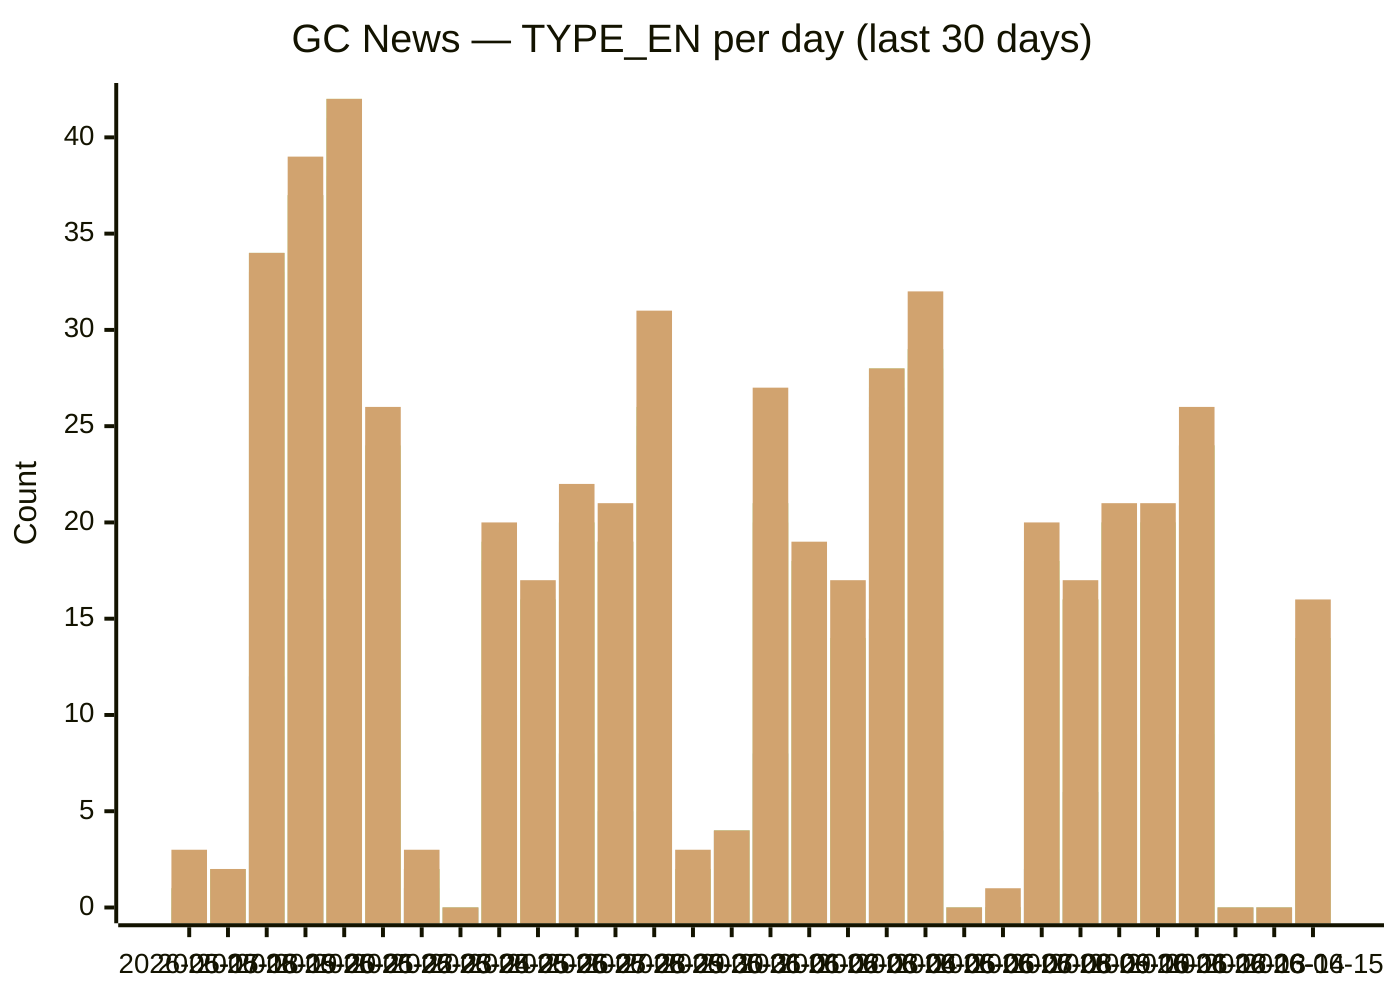
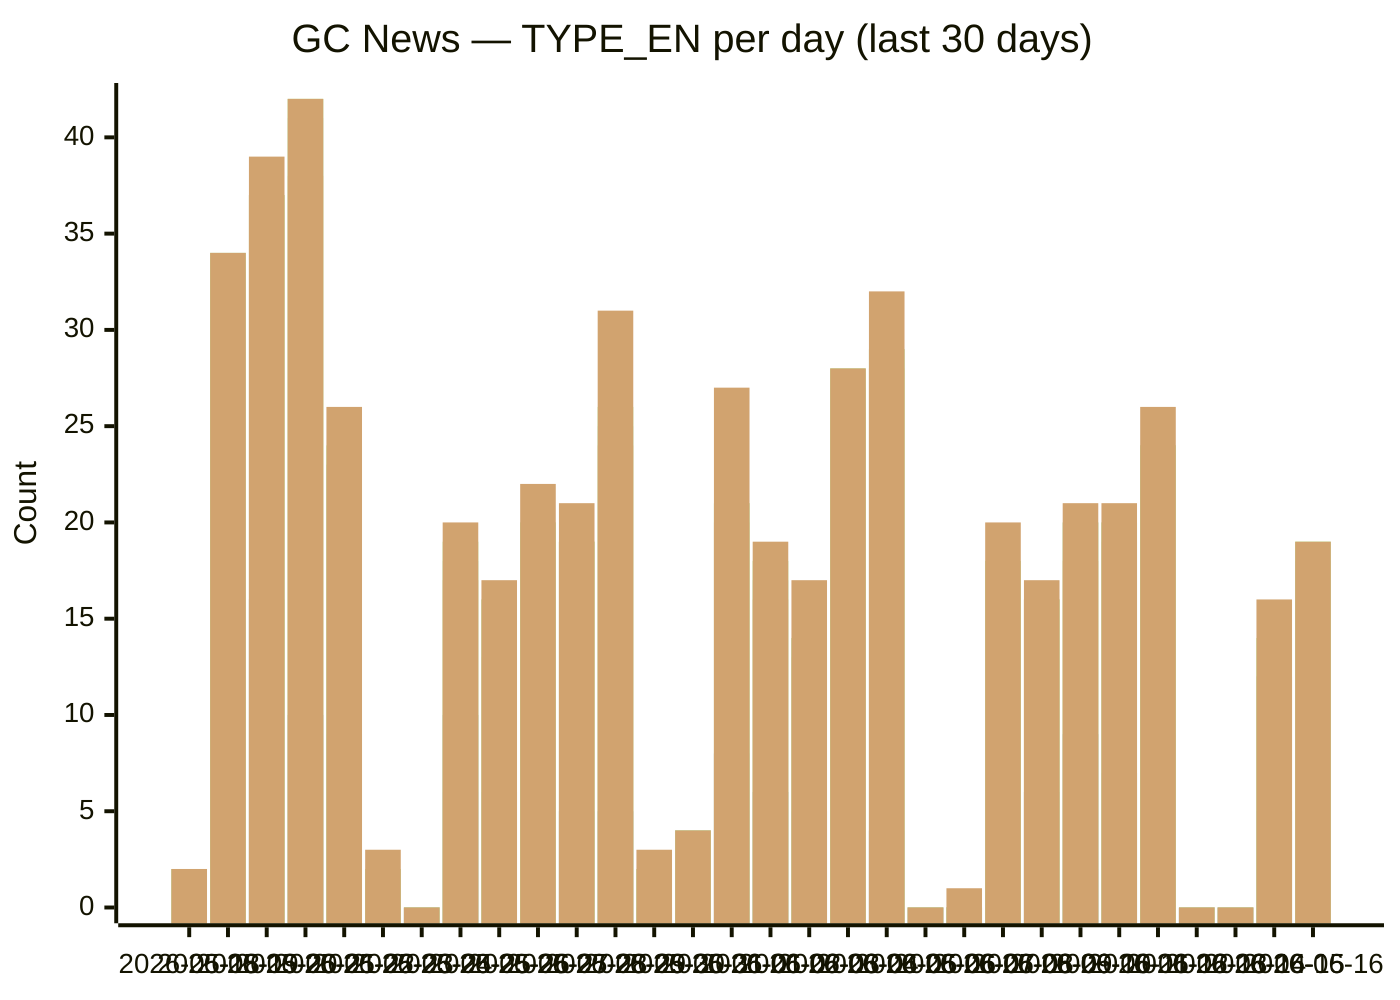
xychart-beta
  title "GC News — TYPE_EN per day (last 30 days)"
-   x-axis [2026-05-17, 2026-05-18, 2026-05-19, 2026-05-20, 2026-05-21, 2026-05-22, 2026-05-23, 2026-05-24, 2026-05-25, 2026-05-26, 2026-05-27, 2026-05-28, 2026-05-29, 2026-05-30, 2026-05-31, 2026-06-01, 2026-06-02, 2026-06-03, 2026-06-04, 2026-06-05, 2026-06-06, 2026-06-07, 2026-06-08, 2026-06-09, 2026-06-10, 2026-06-11, 2026-06-12, 2026-06-13, 2026-06-14, 2026-06-15]
+   x-axis [2026-05-18, 2026-05-19, 2026-05-20, 2026-05-21, 2026-05-22, 2026-05-23, 2026-05-24, 2026-05-25, 2026-05-26, 2026-05-27, 2026-05-28, 2026-05-29, 2026-05-30, 2026-05-31, 2026-06-01, 2026-06-02, 2026-06-03, 2026-06-04, 2026-06-05, 2026-06-06, 2026-06-07, 2026-06-08, 2026-06-09, 2026-06-10, 2026-06-11, 2026-06-12, 2026-06-13, 2026-06-14, 2026-06-15, 2026-06-16]
  y-axis "Count" 0 --> 42
-   bar backgrounders [0, 0, 1, 1, 3, 3, 0, 0, 6, 1, 4, 1, 1, 0, 0, 5, 2, 2, 2, 0, 0, 0, 0, 3, 2, 0, 3, 0, 0, 2]
-   bar "media advisories" [0, 2, 12, 16, 10, 9, 1, 0, 10, 6, 8, 5, 5, 0, 4, 8, 6, 5, 15, 4, 0, 0, 2, 6, 9, 7, 9, 0, 0, 5]
-   bar "news releases" [1, 2, 33, 37, 38, 23, 2, 0, 17, 13, 19, 19, 24, 2, 4, 20, 16, 13, 26, 28, 0, 0, 17, 16, 18, 19, 24, 0, 0, 12]
-   bar readouts [1, 2, 34, 37, 41, 23, 2, 0, 18, 16, 20, 19, 25, 2, 4, 21, 17, 14, 27, 29, 0, 0, 17, 16, 20, 20, 24, 0, 0, 12]
-   bar speeches [1, 2, 34, 37, 42, 24, 2, 0, 19, 16, 20, 19, 26, 2, 4, 21, 18, 14, 28, 29, 0, 0, 18, 16, 20, 20, 24, 0, 0, 14]
-   bar statements [3, 2, 34, 39, 42, 26, 3, 0, 20, 17, 22, 21, 31, 3, 4, 27, 19, 17, 28, 32, 0, 1, 20, 17, 21, 21, 26, 0, 0, 16]
+   bar backgrounders [0, 1, 1, 3, 3, 0, 0, 6, 1, 4, 1, 1, 0, 0, 5, 2, 2, 2, 0, 0, 0, 0, 3, 2, 0, 3, 0, 0, 2, 3]
+   bar "media advisories" [2, 12, 16, 10, 9, 1, 0, 10, 6, 8, 5, 5, 0, 4, 8, 6, 5, 15, 4, 0, 0, 2, 6, 9, 7, 9, 0, 0, 5, 4]
+   bar "news releases" [2, 33, 37, 38, 23, 2, 0, 17, 13, 19, 19, 24, 2, 4, 20, 16, 13, 26, 28, 0, 0, 17, 16, 18, 19, 24, 0, 0, 12, 18]
+   bar readouts [2, 34, 37, 41, 23, 2, 0, 18, 16, 20, 19, 25, 2, 4, 21, 17, 14, 27, 29, 0, 0, 17, 16, 20, 20, 24, 0, 0, 12, 18]
+   bar speeches [2, 34, 37, 42, 24, 2, 0, 19, 16, 20, 19, 26, 2, 4, 21, 18, 14, 28, 29, 0, 0, 18, 16, 20, 20, 24, 0, 0, 14, 19]
+   bar statements [2, 34, 39, 42, 26, 3, 0, 20, 17, 22, 21, 31, 3, 4, 27, 19, 17, 28, 32, 0, 1, 20, 17, 21, 21, 26, 0, 0, 16, 19]
